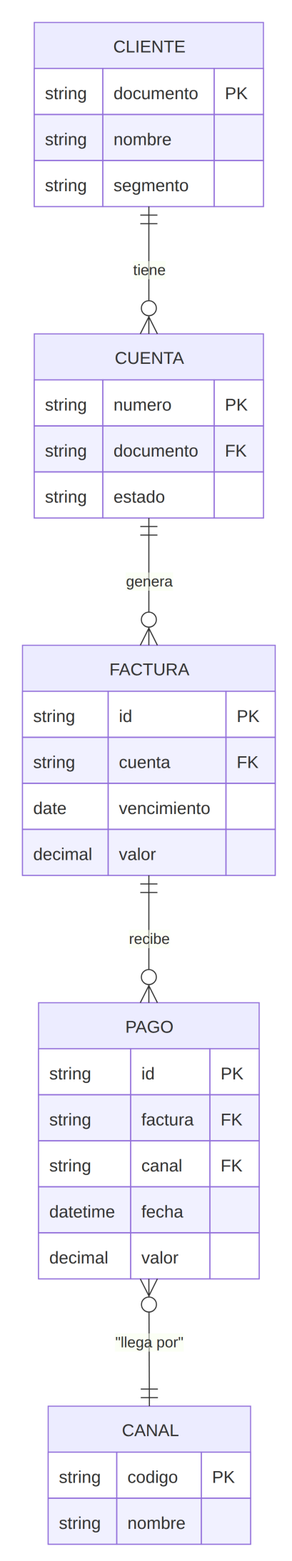
Before: docs/galeria/modelo-recaudo.png, a diagram exported from draw.io (Leonsang/AdvanceDrawIO). Source tidied: cells renumbered, new cells last; positions are measured from the earlier drawing's top-left corner, leaving out a move shared by most shapes.
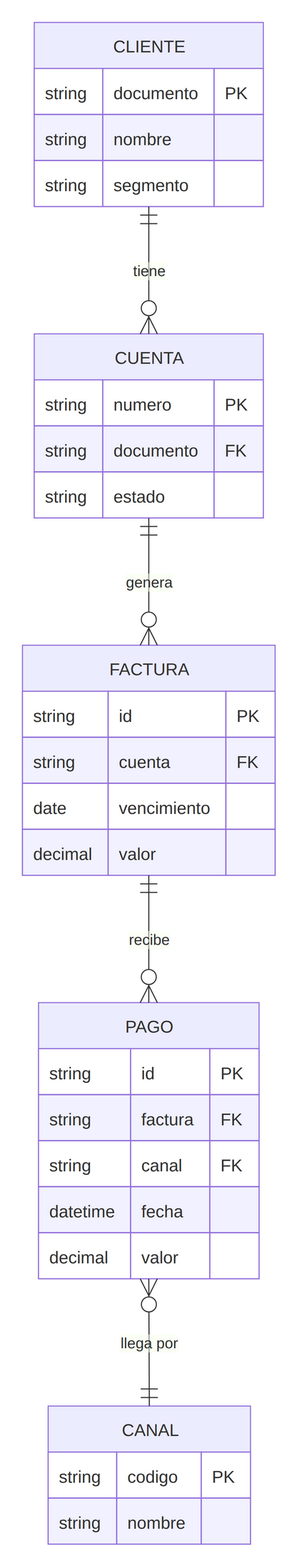
After the commit.

Change to the diagram source:
```diff
@@ -230,7 +230,7 @@
     <mxCell id="77" value="recibe" style="curved=1;startArrow=ERmandOne;startSize=14;endArrow=ERzeroToMany;endSize=14;strokeColor=light-dark(#333333,#cccccc);strokeWidth=1;html=1;fontSize=14;labelBackgroundColor=light-dark(#F8FFEC4D,#2a2a2a4D);fontFamily=Trebuchet MS,Verdana,Arial,sans-serif;fontColor=light-dark(#333333,#cccccc);exitX=0.5;exitY=1;entryX=0.5;entryY=0;" parent="1" edge="1" source="28" target="45">
       <mxGeometry relative="1" as="geometry" />
     </mxCell>
-    <mxCell id="78" value="&quot;llega por&quot;" style="curved=1;startArrow=ERzeroToMany;startSize=14;endArrow=ERmandOne;endSize=14;strokeColor=light-dark(#333333,#cccccc);strokeWidth=1;html=1;fontSize=14;labelBackgroundColor=light-dark(#F8FFEC4D,#2a2a2a4D);fontFamily=Trebuchet MS,Verdana,Arial,sans-serif;fontColor=light-dark(#333333,#cccccc);exitX=0.5;exitY=1;entryX=0.5;entryY=0;" parent="1" edge="1" source="45" target="66">
+    <mxCell id="78" value="llega por" style="curved=1;startArrow=ERzeroToMany;startSize=14;endArrow=ERmandOne;endSize=14;strokeColor=light-dark(#333333,#cccccc);strokeWidth=1;html=1;fontSize=14;labelBackgroundColor=light-dark(#F8FFEC4D,#2a2a2a4D);fontFamily=Trebuchet MS,Verdana,Arial,sans-serif;fontColor=light-dark(#333333,#cccccc);exitX=0.5;exitY=1;entryX=0.5;entryY=0;" parent="1" edge="1" source="45" target="66">
       <mxGeometry relative="1" as="geometry" />
     </mxCell>
   </root>
```
